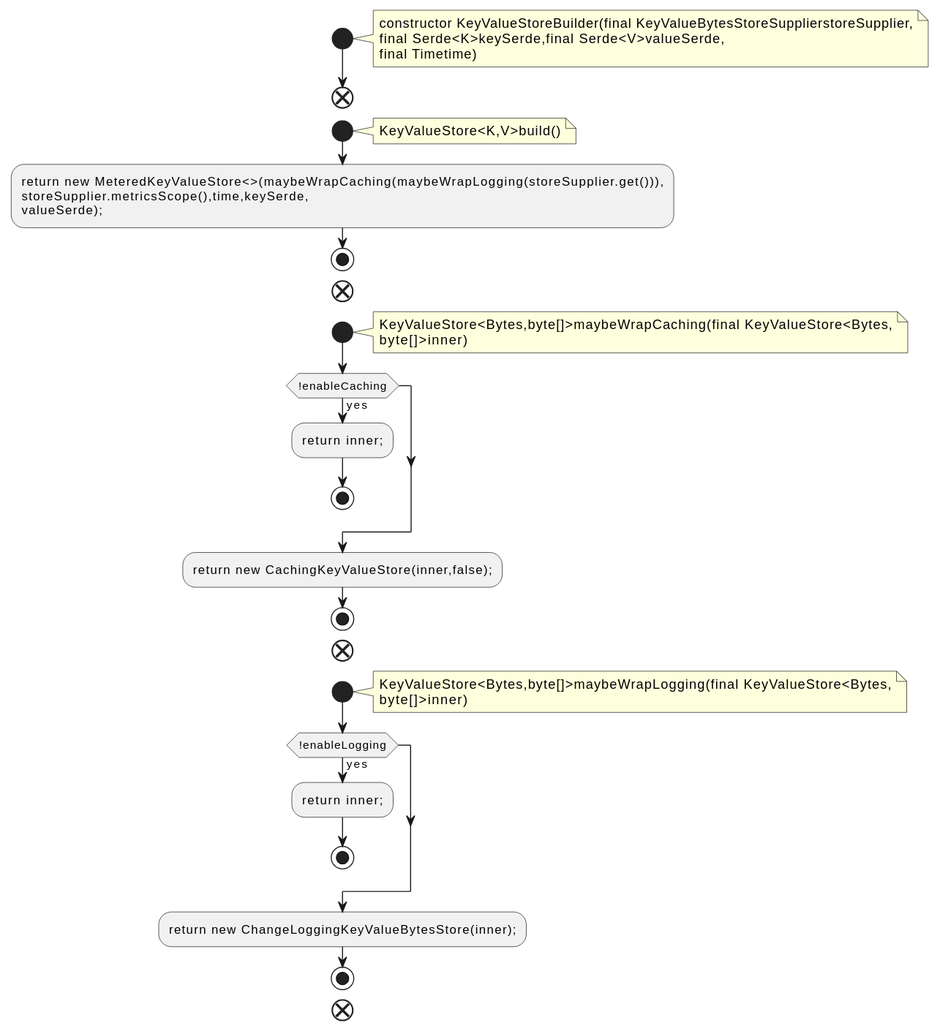
Above: docs/qc/streams/src/main/java/org/apache/kafka/streams/state/internals/KeyValueStoreBuilder.java.fct.svg in qualitesys/kafka (PlantUML), before the change.
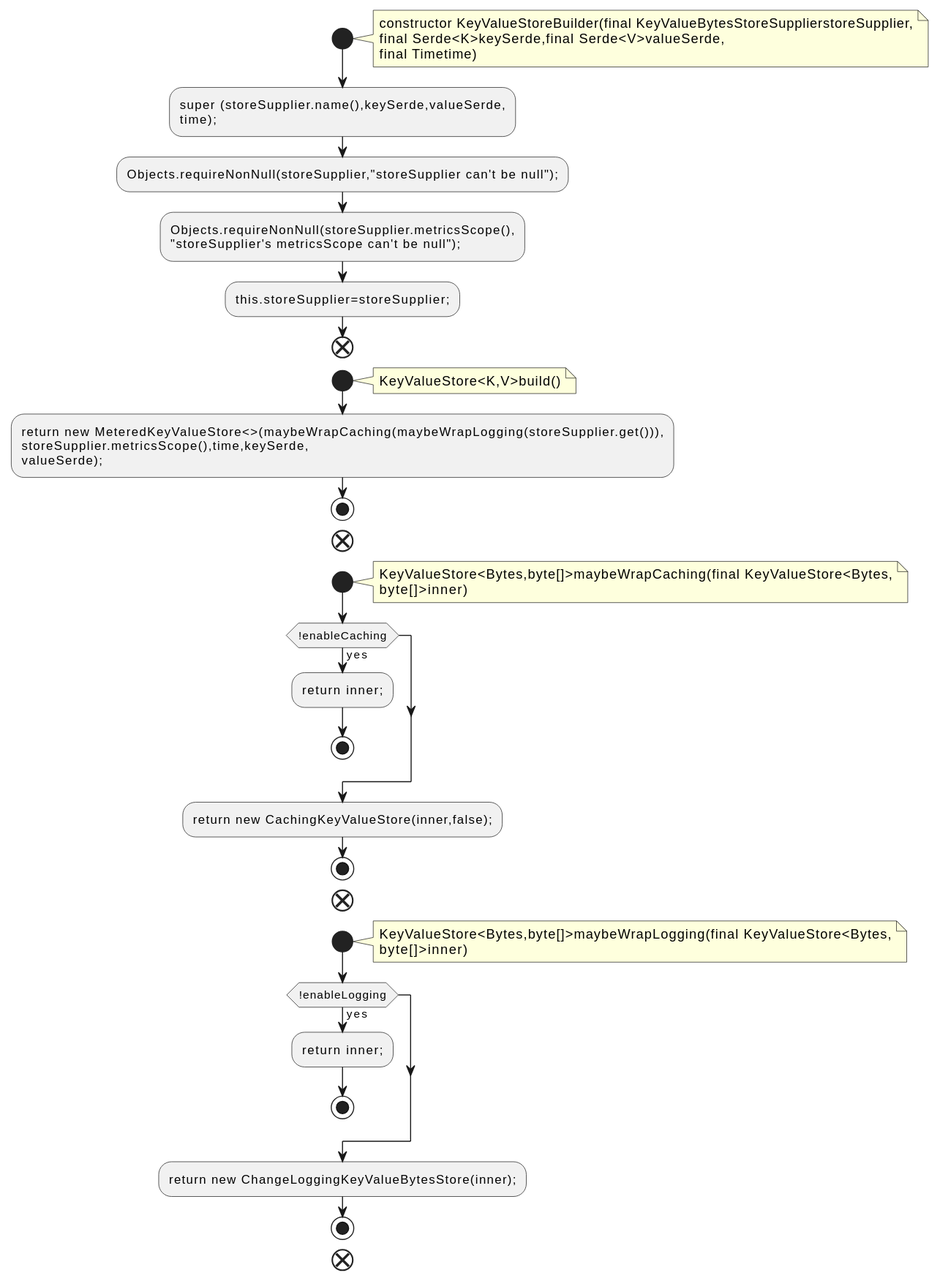
The same file after the commit.

Diff of the diagram source:
```diff
@@ -6,6 +6,12 @@
 final Serde<K>keySerde,final Serde<V>valueSerde,
 final Timetime)
 end note
+:super (storeSupplier.name(),keySerde,valueSerde,
+time);;
+:Objects.requireNonNull(storeSupplier,"storeSupplier can't be null");;
+:Objects.requireNonNull(storeSupplier.metricsScope(),
+"storeSupplier's metricsScope can't be null");;
+:this.storeSupplier=storeSupplier;;
 end
 start
 note right
```
